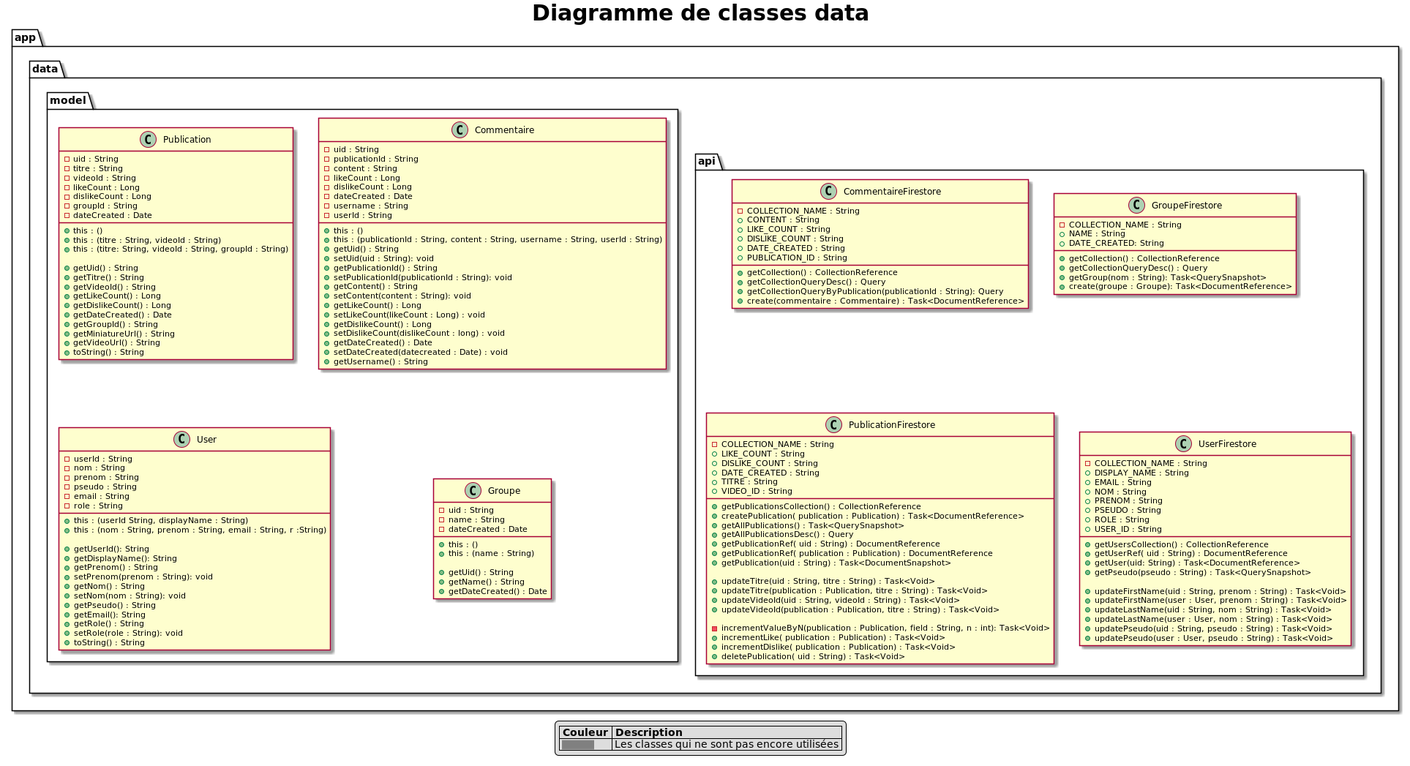
Above: app/docs/asciidoc/images/modeldata.png in SefkanTas/Sonofy (PlantUML), before the change.
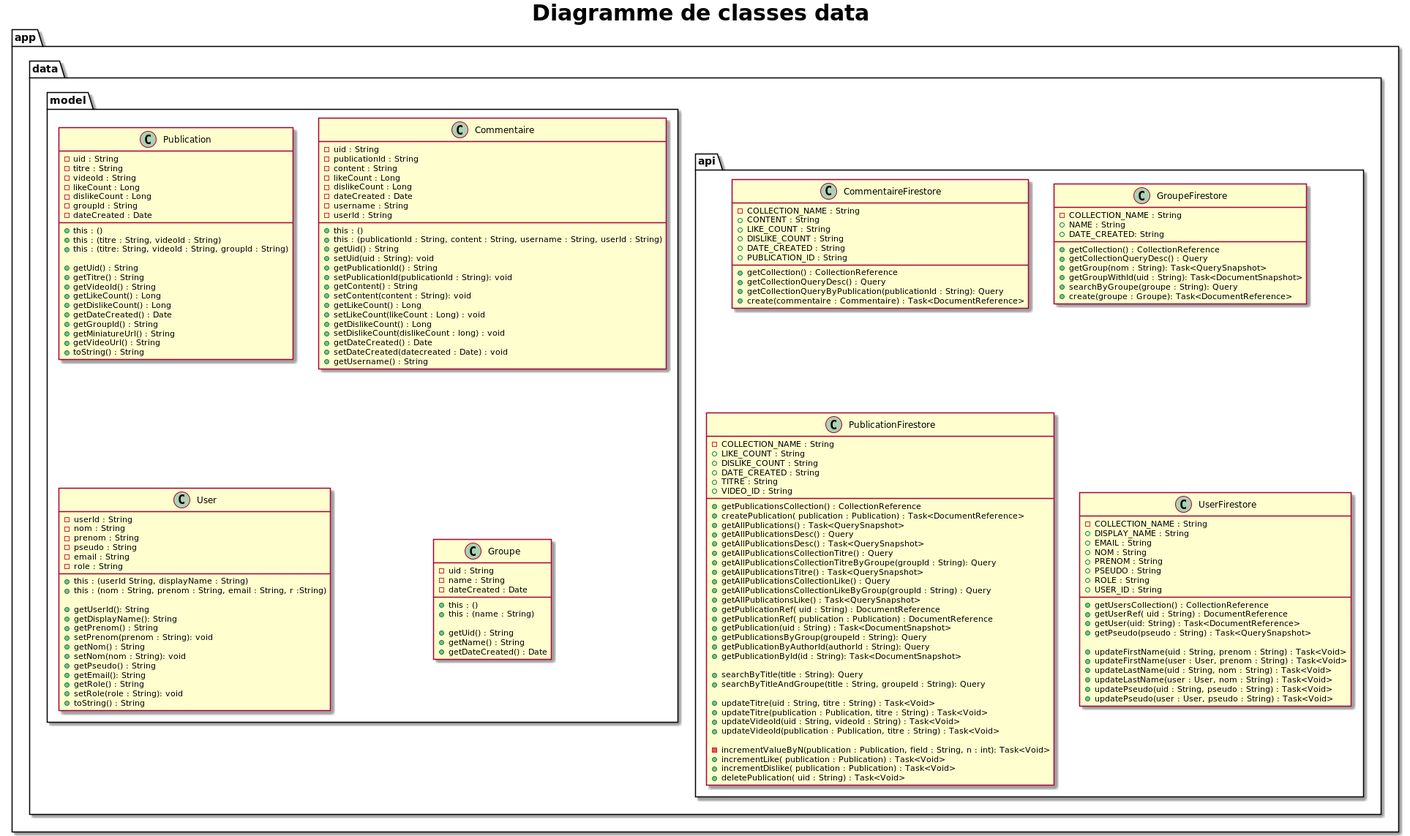
The same file after the commit.

Diff of the diagram source:
```diff
@@ -1,9 +1,5 @@
 @startuml modeldata
 title <size:30><b>Diagramme de classes data</b></size>
-legend
-    |= Couleur |= Description |
-    | <size:11><back:#grey>           </back></size>| Les classes qui ne sont pas encore utilisées |
-endlegend
 
 package app{
  package data {
@@ -32,6 +28,8 @@
                 + getCollection() : CollectionReference
                 + getCollectionQueryDesc() : Query
                 + getGroup(nom : String): Task<QuerySnapshot>
+                + getGroupWithId(uid : String): Task<DocumentSnapshot>
+                + searchByGroupe(groupe : String): Query
                 + create(groupe : Groupe): Task<DocumentReference>
             }
 
@@ -47,9 +45,22 @@
                 + createPublication( publication : Publication) : Task<DocumentReference>
                 + getAllPublications() : Task<QuerySnapshot>
                 + getAllPublicationsDesc() : Query
+                + getAllPublicationsDesc() : Task<QuerySnapshot>
+                + getAllPublicationsCollectionTitre() : Query
+                + getAllPublicationsCollectionTitreByGroupe(groupId : String): Query
+                + getAllPublicationsTitre() : Task<QuerySnapshot>
+                + getAllPublicationsCollectionLike() : Query
+                + getAllPublicationsCollectionLikeByGroup(groupId : String) : Query
+                + getAllPublicationsLike() : Task<QuerySnapshot>
                 + getPublicationRef( uid : String) : DocumentReference
                 + getPublicationRef( publication : Publication) : DocumentReference
                 + getPublication(uid : String) : Task<DocumentSnapshot>
+                + getPublicationsByGroup(groupeId : String): Query
+                + getPublicationByAuthorId(authorId : String): Query
+                + getPublicationById(id : String): Task<DocumentSnapshot>
+
+                + searchByTitle(title : String): Query
+                + searchByTitleAndGroupe(title : String, groupeId : String): Query
 
                 + updateTitre(uid : String, titre : String) : Task<Void>
                 + updateTitre(publication : Publication, titre : String) : Task<Void>
```
